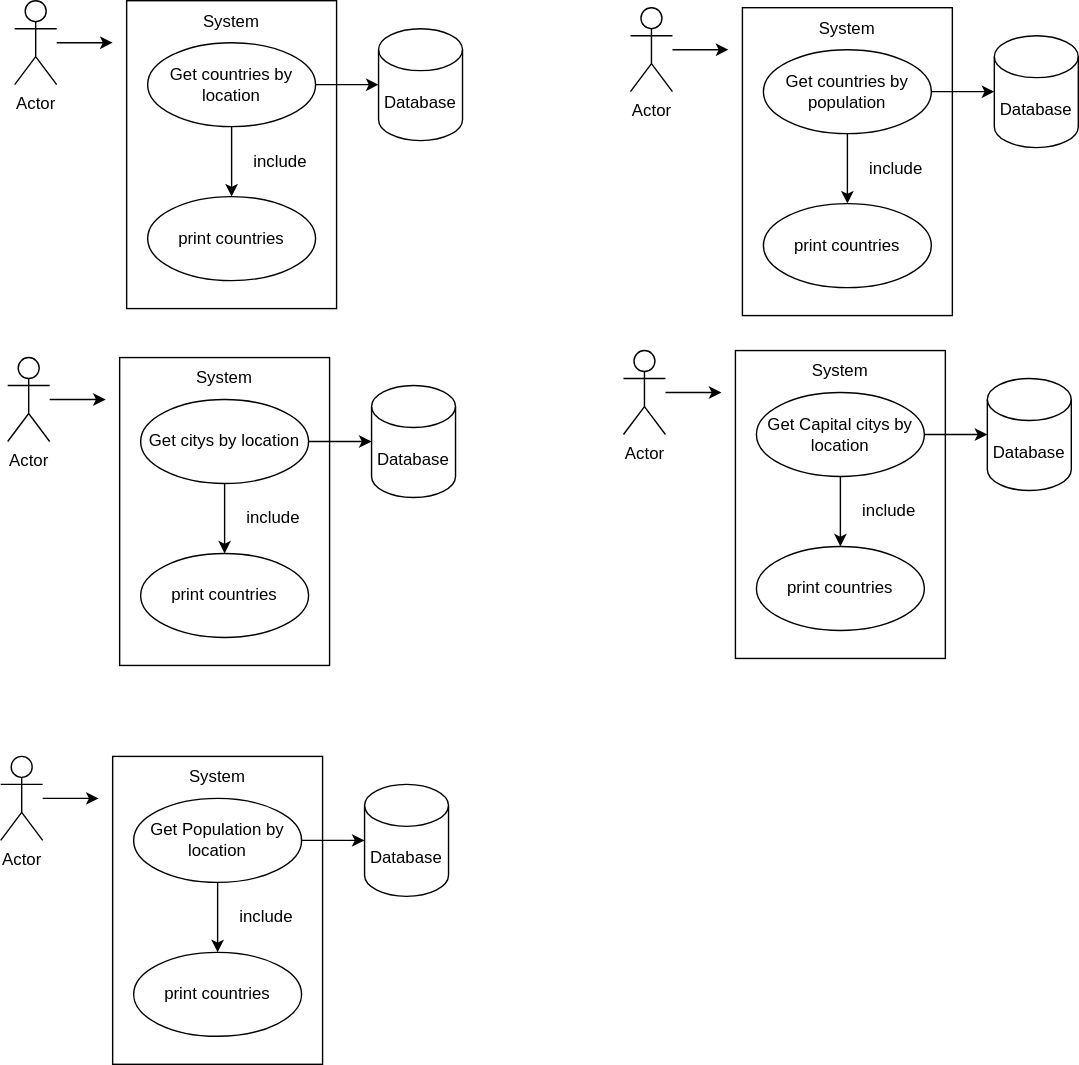
This is use-cases/Organisation System.svg from Dilloid/sem-group-17, a draw.io export, as it was before one commit. Source tidied: cells renumbered, new cells last; positions are measured from the earlier drawing's top-left corner, leaving out a move shared by most shapes.
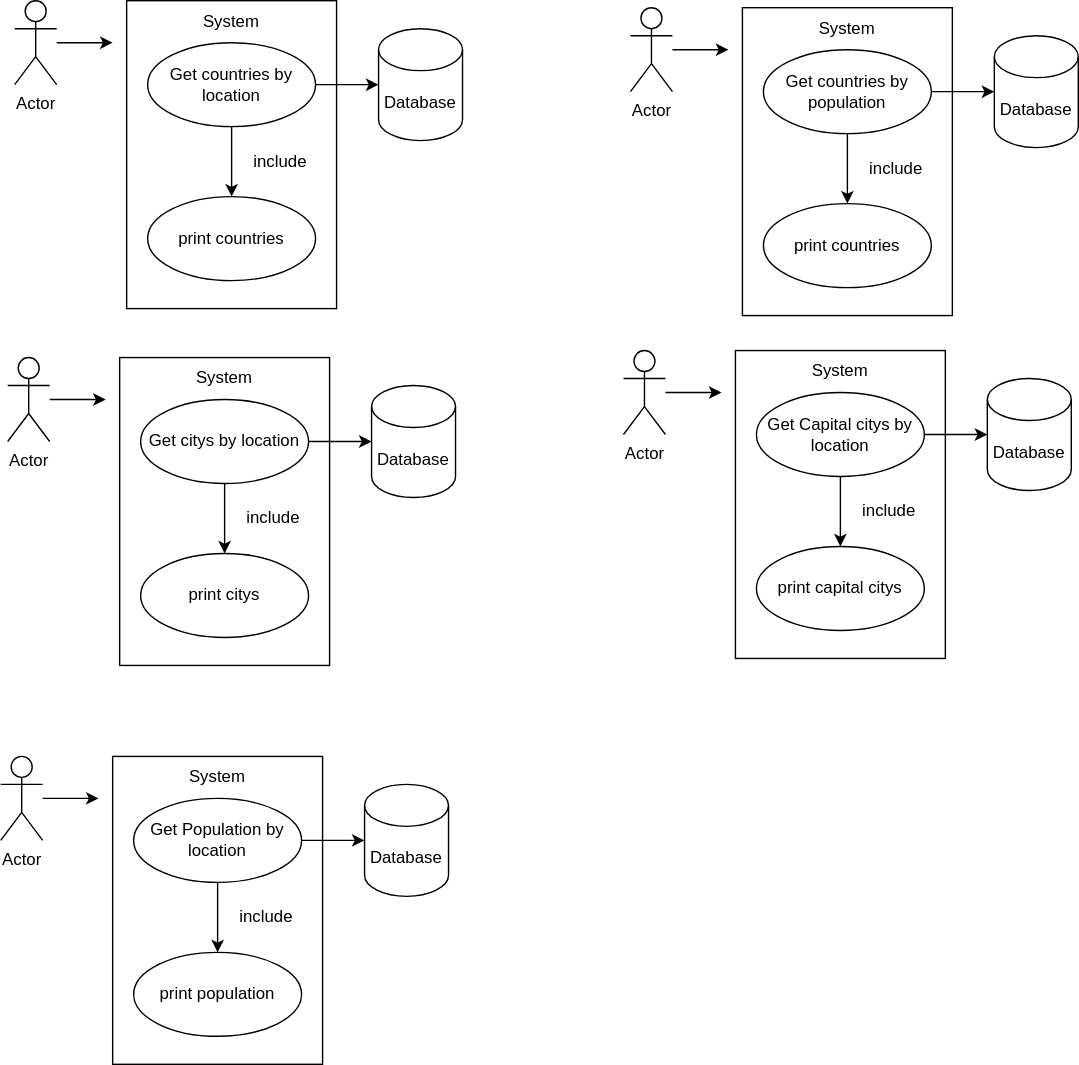
After the commit.

Commit message:
updated print values in diagram

Change to the diagram source:
```diff
@@ -89,7 +89,7 @@
     <mxCell id="28" value="Get citys by location" style="ellipse;whiteSpace=wrap;html=1;" parent="1" vertex="1">
       <mxGeometry x="100" y="285" width="120" height="60" as="geometry" />
     </mxCell>
-    <mxCell id="29" value="print countries" style="ellipse;whiteSpace=wrap;html=1;" parent="1" vertex="1">
+    <mxCell id="29" value="print citys" style="ellipse;whiteSpace=wrap;html=1;" parent="1" vertex="1">
       <mxGeometry x="100" y="395" width="120" height="60" as="geometry" />
     </mxCell>
     <mxCell id="30" value="include" style="text;html=1;strokeColor=none;fillColor=none;align=center;verticalAlign=middle;whiteSpace=wrap;rounded=0;" parent="1" vertex="1">
@@ -121,7 +121,7 @@
     <mxCell id="38" value="Get Capital citys by location" style="ellipse;whiteSpace=wrap;html=1;" parent="1" vertex="1">
       <mxGeometry x="540" y="280" width="120" height="60" as="geometry" />
     </mxCell>
-    <mxCell id="39" value="print countries" style="ellipse;whiteSpace=wrap;html=1;" parent="1" vertex="1">
+    <mxCell id="39" value="print capital citys" style="ellipse;whiteSpace=wrap;html=1;" parent="1" vertex="1">
       <mxGeometry x="540" y="390" width="120" height="60" as="geometry" />
     </mxCell>
     <mxCell id="40" value="include" style="text;html=1;strokeColor=none;fillColor=none;align=center;verticalAlign=middle;whiteSpace=wrap;rounded=0;" parent="1" vertex="1">
@@ -153,7 +153,7 @@
     <mxCell id="48" value="Get Population by location" style="ellipse;whiteSpace=wrap;html=1;" parent="1" vertex="1">
       <mxGeometry x="95" y="570" width="120" height="60" as="geometry" />
     </mxCell>
-    <mxCell id="49" value="print countries" style="ellipse;whiteSpace=wrap;html=1;" parent="1" vertex="1">
+    <mxCell id="49" value="print population" style="ellipse;whiteSpace=wrap;html=1;" parent="1" vertex="1">
       <mxGeometry x="95" y="680" width="120" height="60" as="geometry" />
     </mxCell>
     <mxCell id="50" value="include" style="text;html=1;strokeColor=none;fillColor=none;align=center;verticalAlign=middle;whiteSpace=wrap;rounded=0;" parent="1" vertex="1">
```
